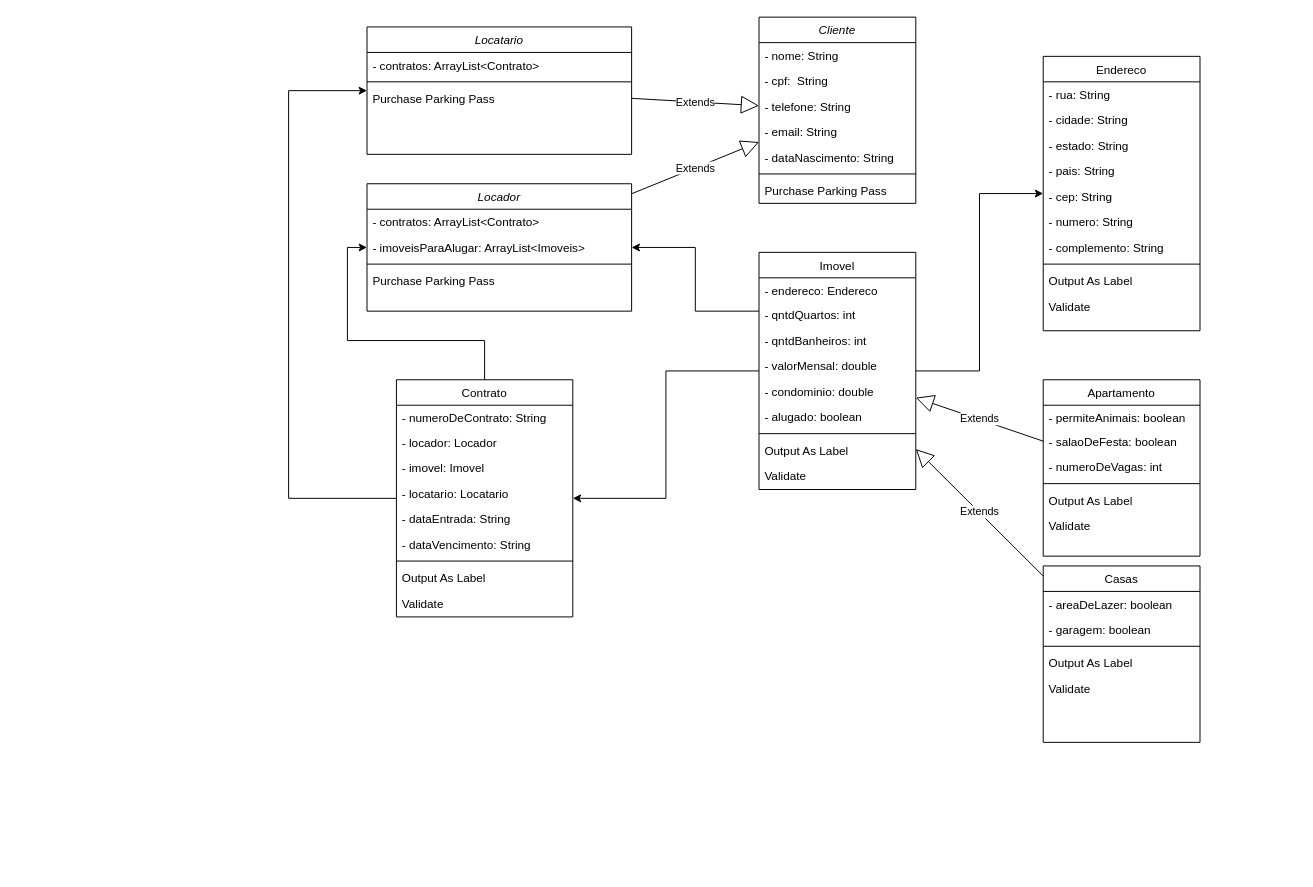
The draw.io diagram Diagrama sem nome.drawio in uLinck/vemser-trabalho-final, before the edit. Source tidied: cells renumbered, new cells numbered last; positions are measured from the earlier drawing's top-left corner, leaving out a move shared by most shapes. Both pictures are drawn from the tidied source at 98%, with x=0, y=0 at pixel (288, 17).
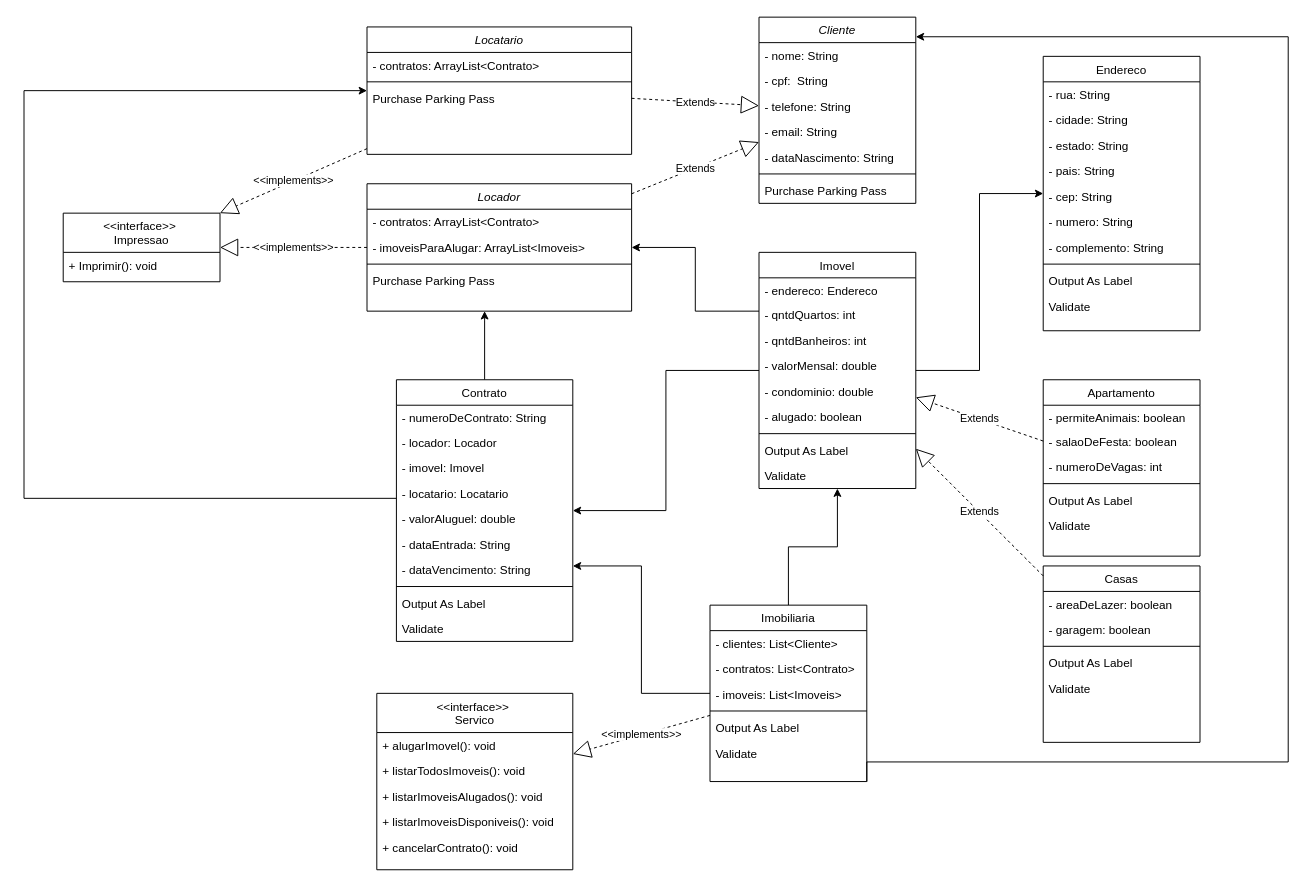
Above is the later version.

Commit message:
update: adicionando classes e interfaces

Unchanged cells that the change refers to:
```xml
<mxCell id="2" value="Cliente" style="swimlane;fontStyle=2;align=center;verticalAlign=top;horizontal=1;startSize=26;rounded=0;shadow=0;strokeWidth=1;" parent="1" vertex="1">
  <mxGeometry x="480" width="160" height="190" as="geometry" />
</mxCell>
<mxCell id="21" value="Locador" style="swimlane;fontStyle=2;align=center;verticalAlign=top;horizontal=1;startSize=26;rounded=0;shadow=0;strokeWidth=1;" parent="1" vertex="1">
  <mxGeometry x="80" y="170" width="270" height="130" as="geometry" />
</mxCell>
<mxCell id="26" value="Locatario" style="swimlane;fontStyle=2;align=center;verticalAlign=top;horizontal=1;startSize=26;rounded=0;shadow=0;strokeWidth=1;" parent="1" vertex="1">
  <mxGeometry x="80" y="10" width="270" height="130" as="geometry" />
</mxCell>
<mxCell id="32" value="Apartamento" style="swimlane;fontStyle=0;align=center;verticalAlign=top;horizontal=1;startSize=26;rounded=0;shadow=0;strokeWidth=1;" parent="1" vertex="1">
  <mxGeometry x="770" y="370" width="160" height="180" as="geometry" />
</mxCell>
<mxCell id="39" value="Casas" style="swimlane;fontStyle=0;align=center;verticalAlign=top;horizontal=1;startSize=26;rounded=0;shadow=0;strokeWidth=1;" parent="1" vertex="1">
  <mxGeometry x="770" y="560" width="160" height="180" as="geometry" />
</mxCell>
```

The edit, as a diff of the source:
```diff
@@
-    <mxCell id="30" value="Extends" style="endArrow=block;endSize=16;endFill=0;html=1;rounded=0;" parent="1" edge="1" source="21" target="2">
+    <mxCell id="30" value="Extends" style="endArrow=block;endSize=16;endFill=0;html=1;rounded=0;dashed=1;" parent="1" edge="1" source="21" target="2">
       <mxGeometry relative="1" as="geometry" />
     </mxCell>
-    <mxCell id="31" value="Extends" style="endArrow=block;endSize=16;endFill=0;html=1;rounded=0;" parent="1" edge="1" source="26" target="2">
+    <mxCell id="31" value="Extends" style="endArrow=block;endSize=16;endFill=0;html=1;rounded=0;dashed=1;" parent="1" edge="1" source="26" target="2">
       <mxGeometry relative="1" as="geometry" />
     </mxCell>
@@
     <mxCell id="48" value="Imovel" style="swimlane;fontStyle=0;align=center;verticalAlign=top;horizontal=1;startSize=26;rounded=0;shadow=0;strokeWidth=1;" parent="1" vertex="1">
-      <mxGeometry x="480" y="240" width="160" height="242" as="geometry" />
+      <mxGeometry x="480" y="240" width="160" height="241" as="geometry" />
     </mxCell>
@@
-    <mxCell id="58" value="Extends" style="endArrow=block;endSize=16;endFill=0;html=1;rounded=0;" parent="1" edge="1" source="32" target="48">
+    <mxCell id="58" value="Extends" style="endArrow=block;endSize=16;endFill=0;html=1;rounded=0;dashed=1;" parent="1" edge="1" source="32" target="48">
       <mxGeometry relative="1" as="geometry" />
     </mxCell>
-    <mxCell id="59" value="Extends" style="endArrow=block;endSize=16;endFill=0;html=1;rounded=0;" parent="1" edge="1" source="39" target="48">
+    <mxCell id="59" value="Extends" style="endArrow=block;endSize=16;endFill=0;html=1;rounded=0;dashed=1;" parent="1" edge="1" source="39" target="48">
       <mxGeometry relative="1" as="geometry" />
     </mxCell>
     <mxCell id="60" style="edgeStyle=orthogonalEdgeStyle;rounded=0;jettySize=auto;html=1;" parent="1" edge="1" source="62" target="21">
       <mxGeometry relative="1" as="geometry">
         <Array as="points">
-          <mxPoint x="200" y="330" />
-          <mxPoint x="60" y="330" />
-          <mxPoint x="60" y="235" />
+          <mxPoint x="200" y="310" />
+          <mxPoint x="200" y="310" />
         </Array>
       </mxGeometry>
     </mxCell>
     <mxCell id="61" style="edgeStyle=orthogonalEdgeStyle;rounded=0;jettySize=auto;html=1;" parent="1" edge="1" source="62" target="26">
       <mxGeometry relative="1" as="geometry">
         <Array as="points">
-          <mxPoint y="491" />
-          <mxPoint y="75" />
+          <mxPoint x="-270" y="491" />
+          <mxPoint x="-270" y="75" />
         </Array>
       </mxGeometry>
     </mxCell>
     <mxCell id="62" value="Contrato" style="swimlane;fontStyle=0;align=center;verticalAlign=top;horizontal=1;startSize=26;rounded=0;shadow=0;strokeWidth=1;" parent="1" vertex="1">
-      <mxGeometry x="110" y="370" width="180" height="242" as="geometry" />
+      <mxGeometry x="110" y="370" width="180" height="267" as="geometry" />
     </mxCell>
@@
+    <mxCell id="72" value="- valorAluguel: double" style="text;align=left;verticalAlign=top;spacingLeft=4;spacingRight=4;overflow=hidden;rounded=0;shadow=0;html=0;" parent="62" vertex="1">
+      <mxGeometry y="129" width="180" height="26" as="geometry" />
+    </mxCell>
     <mxCell id="67" value="- dataEntrada: String" style="text;align=left;verticalAlign=top;spacingLeft=4;spacingRight=4;overflow=hidden;rounded=0;shadow=0;html=0;" parent="62" vertex="1">
-      <mxGeometry y="129" width="180" height="26" as="geometry" />
+      <mxGeometry y="155" width="180" height="26" as="geometry" />
     </mxCell>
     <mxCell id="68" value="- dataVencimento: String" style="text;align=left;verticalAlign=top;spacingLeft=4;spacingRight=4;overflow=hidden;rounded=0;shadow=0;html=0;" parent="62" vertex="1">
-      <mxGeometry y="155" width="180" height="26" as="geometry" />
+      <mxGeometry y="181" width="180" height="26" as="geometry" />
     </mxCell>
     <mxCell id="69" style="line;html=1;strokeWidth=1;align=left;verticalAlign=middle;spacingTop=-1;spacingLeft=3;spacingRight=3;labelPosition=right;" parent="62" vertex="1">
-      <mxGeometry y="181" width="180" height="8" as="geometry" />
+      <mxGeometry y="207" width="180" height="8" as="geometry" />
     </mxCell>
     <mxCell id="70" value="Output As Label" style="text;align=left;verticalAlign=top;spacingLeft=4;spacingRight=4;overflow=hidden;" parent="62" vertex="1">
-      <mxGeometry y="189" width="180" height="26" as="geometry" />
+      <mxGeometry y="215" width="180" height="26" as="geometry" />
     </mxCell>
     <mxCell id="71" value="Validate" style="text;align=left;verticalAlign=top;spacingLeft=4;spacingRight=4;overflow=hidden;" parent="62" vertex="1">
-      <mxGeometry y="215" width="180" height="26" as="geometry" />
+      <mxGeometry y="241" width="180" height="26" as="geometry" />
     </mxCell>
+    <mxCell id="73" value="&lt;&lt;interface&gt;&gt; &#10;Impressao" style="swimlane;fontStyle=0;align=center;verticalAlign=top;horizontal=1;startSize=40;rounded=0;shadow=0;strokeWidth=1;" parent="1" vertex="1">
+      <mxGeometry x="-230" y="200" width="160" height="70" as="geometry" />
+    </mxCell>
+    <mxCell id="74" value="+ Imprimir(): void" style="text;align=left;verticalAlign=top;spacingLeft=4;spacingRight=4;overflow=hidden;" parent="73" vertex="1">
+      <mxGeometry y="40" width="160" height="26" as="geometry" />
+    </mxCell>
+    <mxCell id="75" value="&amp;lt;&amp;lt;implements&amp;gt;&amp;gt;" style="endArrow=block;endSize=16;endFill=0;html=1;rounded=0;dashed=1;" parent="1" edge="1" source="26" target="73">
+      <mxGeometry relative="1" as="geometry" />
+    </mxCell>
+    <mxCell id="76" value="&amp;lt;&amp;lt;implements&amp;gt;&amp;gt;" style="endArrow=block;endSize=16;endFill=0;html=1;rounded=0;dashed=1;" parent="1" edge="1" source="21" target="73">
+      <mxGeometry relative="1" as="geometry" />
+    </mxCell>
+    <mxCell id="77" value="&lt;&lt;interface&gt;&gt; &#10;Servico" style="swimlane;fontStyle=0;align=center;verticalAlign=top;horizontal=1;startSize=40;rounded=0;shadow=0;strokeWidth=1;" parent="1" vertex="1">
+      <mxGeometry x="90" y="690" width="200" height="180" as="geometry" />
+    </mxCell>
+    <mxCell id="78" value="+ alugarImovel(): void&#10;" style="text;align=left;verticalAlign=top;spacingLeft=4;spacingRight=4;overflow=hidden;" parent="77" vertex="1">
+      <mxGeometry y="40" width="200" height="26" as="geometry" />
+    </mxCell>
+    <mxCell id="79" value="+ listarTodosImoveis(): void" style="text;align=left;verticalAlign=top;spacingLeft=4;spacingRight=4;overflow=hidden;" parent="77" vertex="1">
+      <mxGeometry y="66" width="200" height="26" as="geometry" />
+    </mxCell>
+    <mxCell id="80" value="+ listarImoveisAlugados(): void" style="text;align=left;verticalAlign=top;spacingLeft=4;spacingRight=4;overflow=hidden;" parent="77" vertex="1">
+      <mxGeometry y="92" width="200" height="26" as="geometry" />
+    </mxCell>
+    <mxCell id="81" value="+ listarImoveisDisponiveis(): void" style="text;align=left;verticalAlign=top;spacingLeft=4;spacingRight=4;overflow=hidden;" parent="77" vertex="1">
+      <mxGeometry y="118" width="200" height="26" as="geometry" />
+    </mxCell>
+    <mxCell id="82" value="+ cancelarContrato(): void" style="text;align=left;verticalAlign=top;spacingLeft=4;spacingRight=4;overflow=hidden;" parent="77" vertex="1">
+      <mxGeometry y="144" width="200" height="26" as="geometry" />
+    </mxCell>
+    <mxCell id="83" style="edgeStyle=orthogonalEdgeStyle;rounded=0;jettySize=auto;html=1;startArrow=none;startFill=0;" parent="1" edge="1" source="86" target="48">
+      <mxGeometry relative="1" as="geometry" />
+    </mxCell>
+    <mxCell id="84" style="edgeStyle=orthogonalEdgeStyle;rounded=0;jettySize=auto;html=1;startArrow=none;startFill=0;exitX=1;exitY=1;exitDx=0;exitDy=0;" parent="1" edge="1" source="86" target="2">
+      <mxGeometry relative="1" as="geometry">
+        <Array as="points">
+          <mxPoint x="1020" y="760" />
+          <mxPoint x="1020" y="20" />
+        </Array>
+      </mxGeometry>
+    </mxCell>
+    <mxCell id="85" style="edgeStyle=orthogonalEdgeStyle;rounded=0;jettySize=auto;html=1;startArrow=none;startFill=0;" parent="1" edge="1" source="86" target="62">
+      <mxGeometry relative="1" as="geometry">
+        <Array as="points">
+          <mxPoint x="360" y="690" />
+          <mxPoint x="360" y="560" />
+        </Array>
+      </mxGeometry>
+    </mxCell>
+    <mxCell id="86" value="Imobiliaria" style="swimlane;fontStyle=0;align=center;verticalAlign=top;horizontal=1;startSize=26;rounded=0;shadow=0;strokeWidth=1;" parent="1" vertex="1">
+      <mxGeometry x="430" y="600" width="160" height="180" as="geometry" />
+    </mxCell>
+    <mxCell id="87" value="- clientes: List&lt;Cliente&gt;" style="text;align=left;verticalAlign=top;spacingLeft=4;spacingRight=4;overflow=hidden;rounded=0;shadow=0;html=0;" parent="86" vertex="1">
+      <mxGeometry y="26" width="160" height="26" as="geometry" />
+    </mxCell>
+    <mxCell id="88" value="- contratos: List&lt;Contrato&gt;" style="text;align=left;verticalAlign=top;spacingLeft=4;spacingRight=4;overflow=hidden;rounded=0;shadow=0;html=0;" parent="86" vertex="1">
+      <mxGeometry y="52" width="160" height="26" as="geometry" />
+    </mxCell>
+    <mxCell id="89" value="- imoveis: List&lt;Imoveis&gt;" style="text;align=left;verticalAlign=top;spacingLeft=4;spacingRight=4;overflow=hidden;rounded=0;shadow=0;html=0;" parent="86" vertex="1">
+      <mxGeometry y="78" width="160" height="26" as="geometry" />
+    </mxCell>
+    <mxCell id="90" style="line;html=1;strokeWidth=1;align=left;verticalAlign=middle;spacingTop=-1;spacingLeft=3;spacingRight=3;labelPosition=right;" parent="86" vertex="1">
+      <mxGeometry y="104" width="160" height="8" as="geometry" />
+    </mxCell>
+    <mxCell id="91" value="Output As Label" style="text;align=left;verticalAlign=top;spacingLeft=4;spacingRight=4;overflow=hidden;" parent="86" vertex="1">
+      <mxGeometry y="112" width="160" height="26" as="geometry" />
+    </mxCell>
+    <mxCell id="92" value="Validate" style="text;align=left;verticalAlign=top;spacingLeft=4;spacingRight=4;overflow=hidden;" parent="86" vertex="1">
+      <mxGeometry y="138" width="160" height="26" as="geometry" />
+    </mxCell>
+    <mxCell id="93" value="&amp;lt;&amp;lt;implements&amp;gt;&amp;gt;" style="endArrow=block;endSize=16;endFill=0;html=1;rounded=0;dashed=1;" parent="1" edge="1" source="86" target="77">
+      <mxGeometry relative="1" as="geometry" />
+    </mxCell>
```
